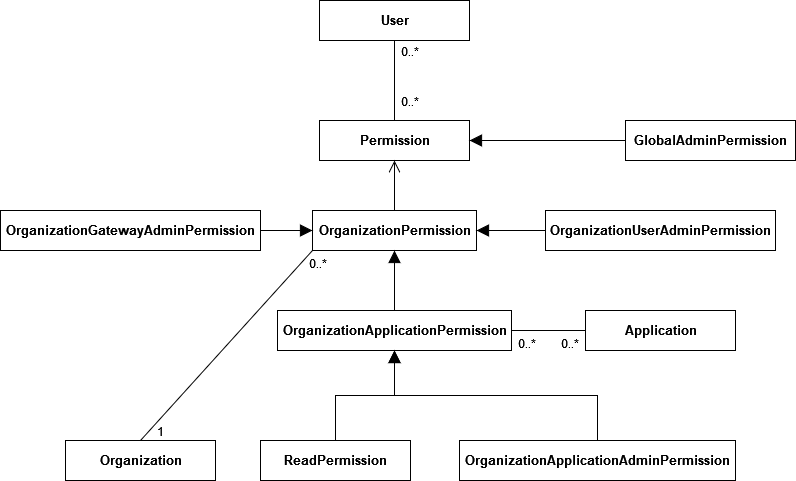
Earlier version of the draw.io export source/software-architecture/media/image9.png (OS2iot/OS2iot-docs). Source tidied: cells renumbered, new cells last; positions are measured from the earlier drawing's top-left corner, leaving out a move shared by most shapes.
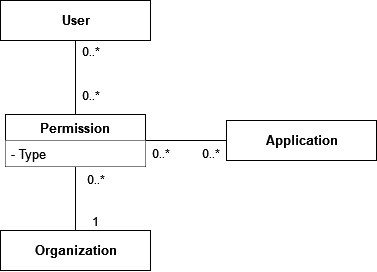
Later version of the same file.

What changed in the source:
```diff
@@ -2,33 +2,9 @@
   <root>
     <mxCell id="0" />
     <mxCell id="1" parent="0" />
-    <mxCell id="2" value="&lt;div style=&quot;font-size: 13px;&quot;&gt;OrganizationUserAdminPermission&lt;/div&gt;" style="html=1;strokeColor=default;fontStyle=1;fontSize=13;" parent="1" vertex="1">
-      <mxGeometry x="545" y="210" width="230" height="40" as="geometry" />
-    </mxCell>
-    <mxCell id="3" value="&lt;div style=&quot;font-size: 13px;&quot;&gt;&lt;span style=&quot;font-size: 13px;&quot;&gt;GlobalAdminPermission&lt;/span&gt;&lt;/div&gt;" style="html=1;strokeColor=default;fontStyle=1;fontSize=13;" parent="1" vertex="1">
-      <mxGeometry x="625" y="120" width="170" height="40" as="geometry" />
-    </mxCell>
-    <mxCell id="4" value="OrganizationApplicationPermission" style="html=1;strokeColor=default;fontStyle=1;fontSize=13;" parent="1" vertex="1">
-      <mxGeometry x="277" y="310" width="234" height="40" as="geometry" />
-    </mxCell>
     <mxCell id="5" value="&lt;span style=&quot;font-size: 13px;&quot;&gt;User&lt;/span&gt;" style="html=1;strokeColor=default;fontStyle=1;fontSize=13;" parent="1" vertex="1">
       <mxGeometry x="319" width="150" height="40" as="geometry" />
     </mxCell>
-    <mxCell id="6" value="Permission" style="html=1;strokeColor=default;fontStyle=1;fontSize=13;" parent="1" vertex="1">
-      <mxGeometry x="319" y="120" width="150" height="40" as="geometry" />
-    </mxCell>
-    <mxCell id="7" value="ReadPermission" style="html=1;strokeColor=default;fontStyle=1;fontSize=13;" parent="1" vertex="1">
-      <mxGeometry x="260" y="440" width="150" height="40" as="geometry" />
-    </mxCell>
-    <mxCell id="8" value="OrganizationGatewayAdminPermission" style="html=1;strokeColor=default;fontStyle=1;fontSize=13;" parent="1" vertex="1">
-      <mxGeometry y="210" width="260" height="40" as="geometry" />
-    </mxCell>
-    <mxCell id="9" value="OrganizationPermission" style="html=1;strokeColor=default;fontStyle=1;spacingTop=0;spacing=2;spacingBottom=0;fontSize=13;" parent="1" vertex="1">
-      <mxGeometry x="312" y="210" width="164" height="40" as="geometry" />
-    </mxCell>
-    <mxCell id="10" value="OrganizationApplicationAdminPermission" style="html=1;strokeColor=default;fontStyle=1;fontSize=13;" parent="1" vertex="1">
-      <mxGeometry x="459" y="440" width="276" height="40" as="geometry" />
-    </mxCell>
     <mxCell id="11" style="endArrow=none;shadow=0;strokeWidth=1;rounded=0;endFill=0;edgeStyle=elbowEdgeStyle;elbow=vertical;exitX=0.5;exitY=1;exitDx=0;exitDy=0;entryX=0.5;entryY=0;entryDx=0;entryDy=0;fontStyle=0;" parent="1" edge="1" source="5" target="6">
       <mxGeometry x="0.5" y="41" relative="1" as="geometry">
         <mxPoint x="-40" y="32" as="offset" />
@@ -44,48 +20,13 @@
         <mxPoint x="5" y="-10" as="offset" />
       </mxGeometry>
     </mxCell>
-    <mxCell id="14" style="endArrow=open;shadow=0;strokeWidth=1;rounded=0;endFill=1;edgeStyle=elbowEdgeStyle;elbow=vertical;entryX=0.5;entryY=1;entryDx=0;entryDy=0;exitX=0.5;exitY=0;exitDx=0;exitDy=0;endSize=10;fontStyle=0;" parent="1" edge="1" source="9" target="6">
-      <mxGeometry x="0.5" y="41" relative="1" as="geometry">
-        <mxPoint x="-40" y="32" as="offset" />
-      </mxGeometry>
-    </mxCell>
-    <mxCell id="15" style="endArrow=block;shadow=0;strokeWidth=1;rounded=0;endFill=1;edgeStyle=elbowEdgeStyle;elbow=vertical;entryX=1;entryY=0.5;entryDx=0;entryDy=0;exitX=0;exitY=0.5;exitDx=0;exitDy=0;endSize=10;fontStyle=0;" parent="1" edge="1" source="3" target="6">
-      <mxGeometry x="0.5" y="41" relative="1" as="geometry">
-        <mxPoint x="-40" y="32" as="offset" />
-      </mxGeometry>
-    </mxCell>
-    <mxCell id="16" style="endArrow=block;shadow=0;strokeWidth=1;rounded=0;endFill=1;edgeStyle=elbowEdgeStyle;elbow=vertical;exitX=1;exitY=0.5;exitDx=0;exitDy=0;endSize=10;entryX=0;entryY=0.5;entryDx=0;entryDy=0;fontStyle=0;" parent="1" edge="1" source="8" target="9">
-      <mxGeometry x="0.5" y="41" relative="1" as="geometry">
-        <mxPoint x="-40" y="32" as="offset" />
-      </mxGeometry>
-    </mxCell>
-    <mxCell id="17" style="endArrow=block;shadow=0;strokeWidth=1;rounded=0;endFill=1;edgeStyle=elbowEdgeStyle;elbow=vertical;endSize=10;exitX=0;exitY=0.5;exitDx=0;exitDy=0;fontStyle=0;" parent="1" edge="1" source="2" target="9">
-      <mxGeometry x="0.5" y="41" relative="1" as="geometry">
-        <mxPoint x="-40" y="32" as="offset" />
-      </mxGeometry>
-    </mxCell>
-    <mxCell id="18" style="endArrow=block;shadow=0;strokeWidth=1;rounded=0;endFill=1;edgeStyle=elbowEdgeStyle;elbow=vertical;endSize=10;fontStyle=0;" parent="1" edge="1" source="4" target="9">
-      <mxGeometry x="0.5" y="41" relative="1" as="geometry">
-        <mxPoint x="-40" y="32" as="offset" />
-      </mxGeometry>
-    </mxCell>
-    <mxCell id="19" style="endArrow=block;shadow=0;strokeWidth=1;rounded=0;endFill=1;edgeStyle=elbowEdgeStyle;elbow=vertical;endSize=10;fontStyle=0;" parent="1" edge="1" source="10" target="4">
-      <mxGeometry x="0.5" y="41" relative="1" as="geometry">
-        <mxPoint x="-40" y="32" as="offset" />
-      </mxGeometry>
-    </mxCell>
-    <mxCell id="20" style="endArrow=block;shadow=0;strokeWidth=1;rounded=0;endFill=1;edgeStyle=elbowEdgeStyle;elbow=vertical;endSize=10;fontStyle=0;" parent="1" edge="1" source="7" target="4">
-      <mxGeometry x="0.5" y="41" relative="1" as="geometry">
-        <mxPoint x="-40" y="32" as="offset" />
-      </mxGeometry>
-    </mxCell>
     <mxCell id="21" value="Application" style="html=1;strokeColor=default;fontStyle=1;fontSize=13;" parent="1" vertex="1">
-      <mxGeometry x="585" y="310" width="150" height="40" as="geometry" />
+      <mxGeometry x="545" y="120" width="150" height="40" as="geometry" />
     </mxCell>
     <mxCell id="22" value="Organization" style="html=1;strokeColor=default;fontStyle=1;fontSize=13;" parent="1" vertex="1">
-      <mxGeometry x="65" y="440" width="150" height="40" as="geometry" />
+      <mxGeometry x="319" y="230" width="150" height="40" as="geometry" />
     </mxCell>
-    <mxCell id="23" style="endArrow=none;shadow=0;strokeWidth=1;rounded=0;endFill=0;elbow=vertical;entryX=0;entryY=1;entryDx=0;entryDy=0;endSize=10;exitX=0.5;exitY=0;exitDx=0;exitDy=0;fontStyle=0;" parent="1" edge="1" source="22" target="9">
+    <mxCell id="23" style="endArrow=none;shadow=0;strokeWidth=1;rounded=0;endFill=0;elbow=vertical;entryX=0.5;entryY=1;entryDx=0;entryDy=0;endSize=10;exitX=0.5;exitY=0;exitDx=0;exitDy=0;fontStyle=0;" parent="1" edge="1" source="22" target="6">
       <mxGeometry x="0.5" y="41" relative="1" as="geometry">
         <mxPoint x="-40" y="32" as="offset" />
       </mxGeometry>
@@ -97,10 +38,10 @@
     </mxCell>
     <mxCell id="25" value="0..*" style="align=right;verticalAlign=bottom;labelBackgroundColor=none;fontSize=12;fontStyle=0;" parent="23" vertex="1">
       <mxGeometry x="1" relative="1" as="geometry">
-        <mxPoint x="16" y="22" as="offset" />
+        <mxPoint x="31" y="22" as="offset" />
       </mxGeometry>
     </mxCell>
-    <mxCell id="26" style="endArrow=none;shadow=0;strokeWidth=1;rounded=0;endFill=0;elbow=vertical;endSize=10;entryX=1;entryY=0.5;entryDx=0;entryDy=0;exitX=0;exitY=0.5;exitDx=0;exitDy=0;fontStyle=0;" parent="1" edge="1" source="21" target="4">
+    <mxCell id="26" style="endArrow=none;shadow=0;strokeWidth=1;rounded=0;endFill=0;elbow=vertical;endSize=10;entryX=1;entryY=0.5;entryDx=0;entryDy=0;exitX=0;exitY=0.5;exitDx=0;exitDy=0;fontStyle=0;" parent="1" edge="1" source="21" target="6">
       <mxGeometry x="0.5" y="41" relative="1" as="geometry">
         <mxPoint x="-40" y="32" as="offset" />
       </mxGeometry>
@@ -115,5 +56,11 @@
         <mxPoint x="26" y="22" as="offset" />
       </mxGeometry>
     </mxCell>
+    <mxCell id="6" value="Permission" style="swimlane;fontStyle=1;horizontal=1;startSize=26;fillColor=default;fontSize=13;" parent="1" vertex="1">
+      <mxGeometry x="324" y="114" width="140" height="52" as="geometry" />
+    </mxCell>
+    <mxCell id="29" value="- Type" style="text;strokeColor=none;fillColor=default;align=left;verticalAlign=top;spacingLeft=4;spacingRight=4;overflow=hidden;fontStyle=0;fontSize=13;" parent="6" vertex="1">
+      <mxGeometry y="26" width="140" height="26" as="geometry" />
+    </mxCell>
   </root>
 </mxGraphModel>
```
